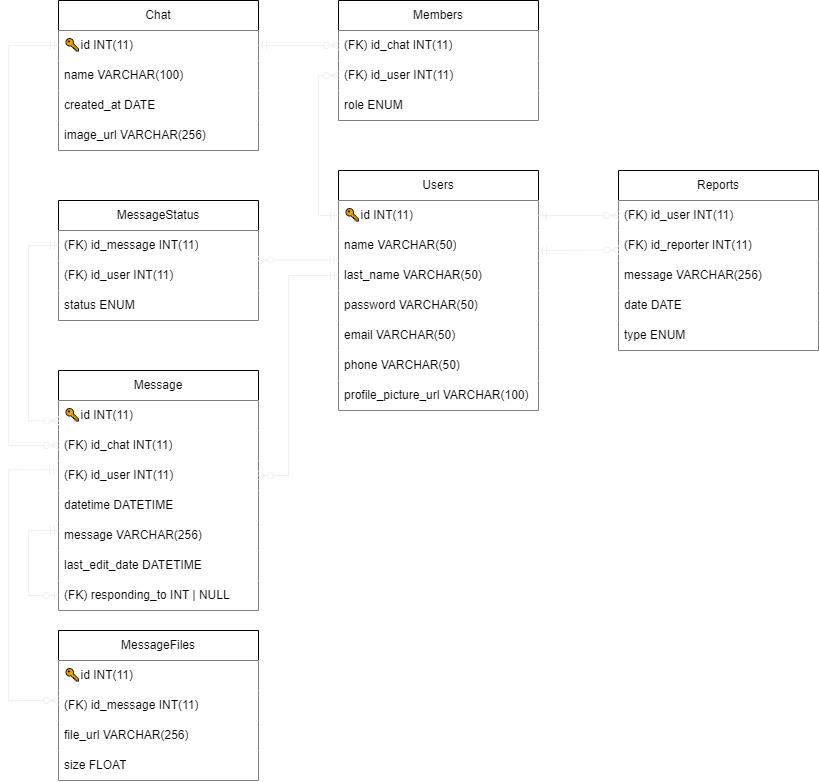
Above: RelationalSchema.png in benjahuenchunir/React_Madrid_frontend (draw.io), before the change. Source tidied: cells renumbered, new cells last; positions are measured from the earlier drawing's top-left corner, leaving out a move shared by most shapes.
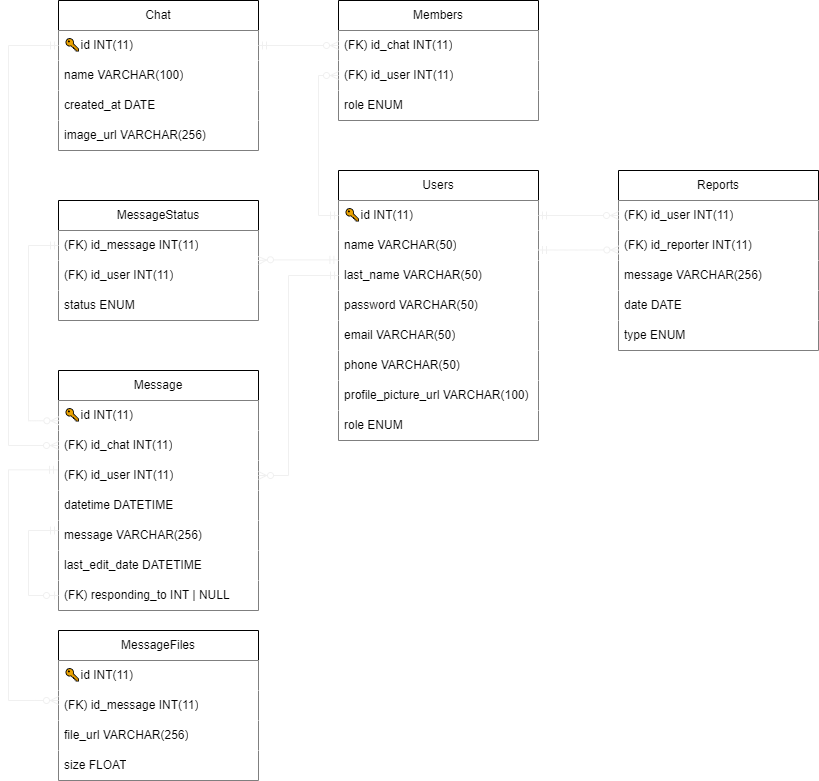
After the change.

Commit message:
Added user role

The edit, as a diff of the source:
```diff
@@ -3,7 +3,7 @@
     <mxCell id="0" />
     <mxCell id="1" parent="0" />
     <mxCell id="2" value="Users" style="swimlane;fontStyle=0;horizontal=1;startSize=30;whiteSpace=wrap;html=1;" parent="1" vertex="1">
-      <mxGeometry x="330" y="170" width="200" height="240" as="geometry" />
+      <mxGeometry x="330" y="170" width="200" height="270" as="geometry" />
     </mxCell>
     <mxCell id="3" value="🔑id INT(11)" style="text;strokeColor=none;fillColor=default;align=left;verticalAlign=middle;spacingLeft=4;spacingRight=4;overflow=hidden;points=[[0,0.5],[1,0.5]];portConstraint=eastwest;whiteSpace=wrap;html=1;" parent="2" vertex="1">
       <mxGeometry y="30" width="200" height="30" as="geometry" />
@@ -26,6 +26,9 @@
     <mxCell id="9" value="profile_picture_url VARCHAR(100)" style="text;strokeColor=none;fillColor=default;align=left;verticalAlign=middle;spacingLeft=4;spacingRight=4;overflow=hidden;whiteSpace=wrap;html=1;" parent="2" vertex="1">
       <mxGeometry y="210" width="200" height="30" as="geometry" />
     </mxCell>
+    <mxCell id="52" value="role ENUM" style="text;strokeColor=none;fillColor=default;align=left;verticalAlign=middle;spacingLeft=4;spacingRight=4;overflow=hidden;whiteSpace=wrap;html=1;" parent="2" vertex="1">
+      <mxGeometry y="240" width="200" height="30" as="geometry" />
+    </mxCell>
     <mxCell id="10" value="Chat" style="swimlane;fontStyle=0;horizontal=1;startSize=30;whiteSpace=wrap;html=1;" parent="1" vertex="1">
       <mxGeometry x="50" width="200" height="150" as="geometry" />
     </mxCell>
```
